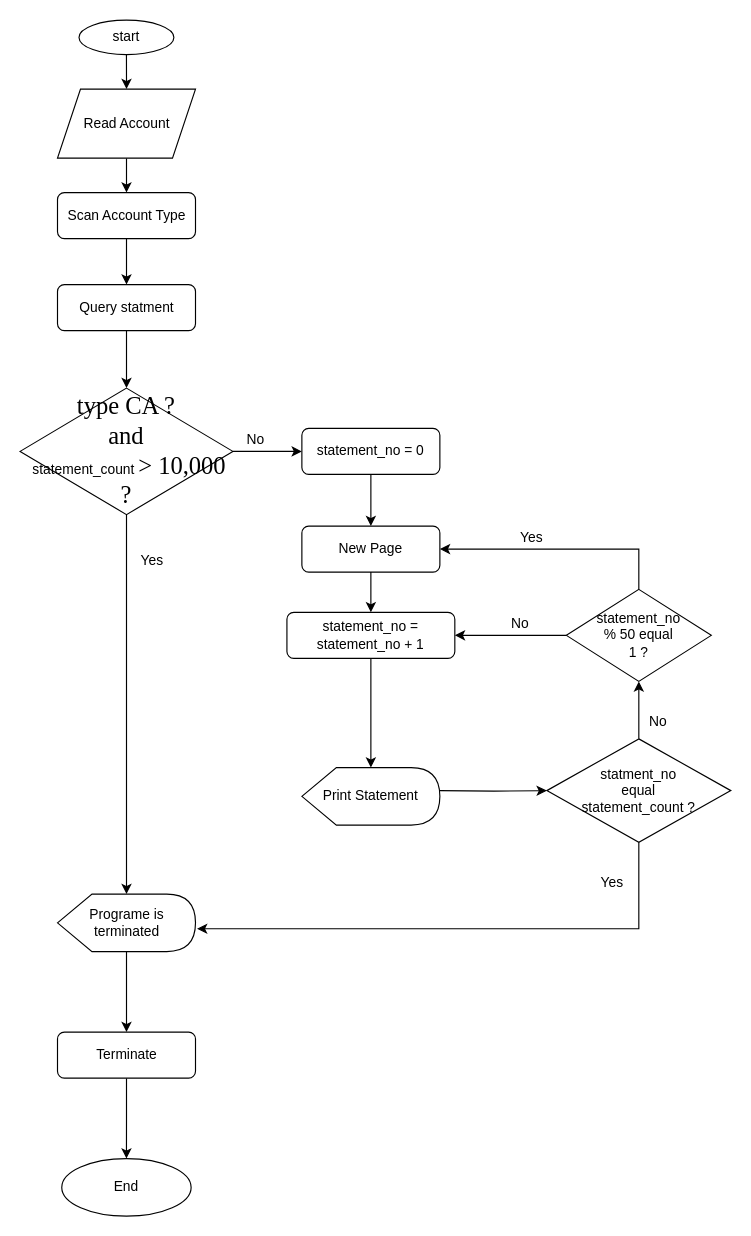
Before: Untitled Diagram.drawio in worapratmnd/commerce, a draw.io diagram. Source tidied: cells renumbered, new cells numbered last; positions are measured from the earlier drawing's top-left corner, leaving out a move shared by most shapes. Both pictures are drawn from the tidied source at 115%, with x=0, y=0 at pixel (20, 20).
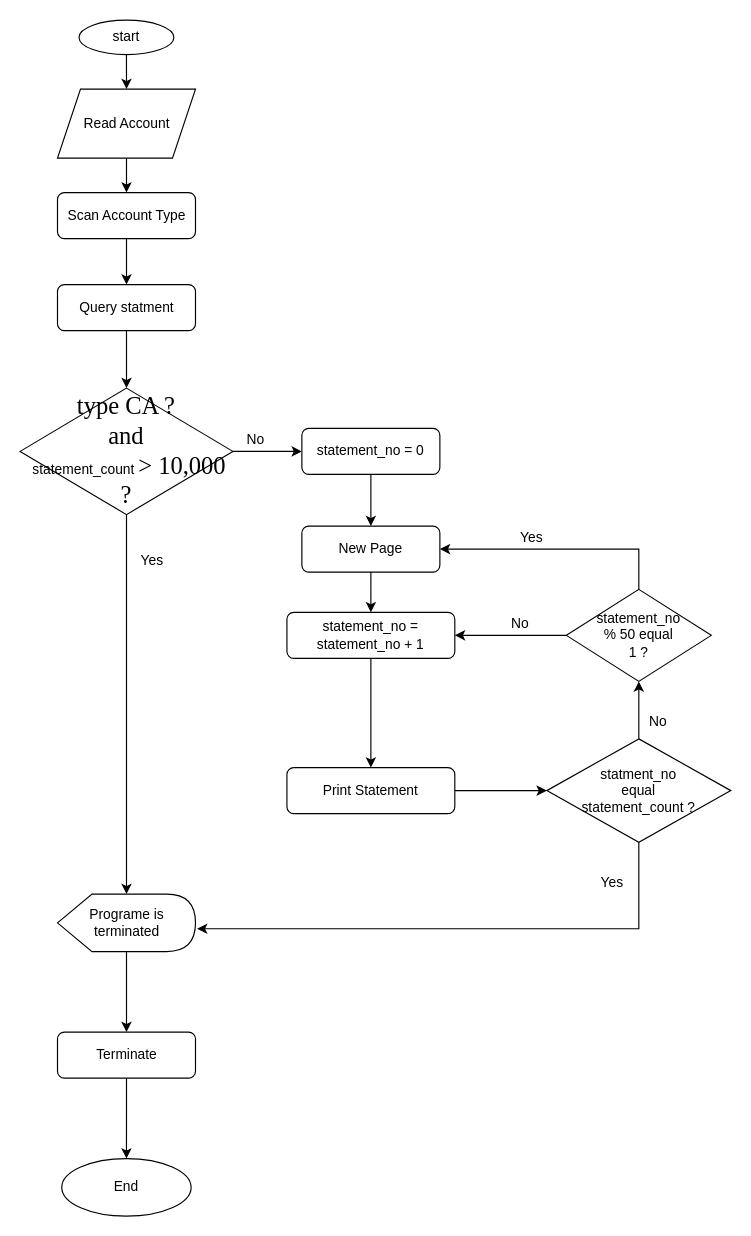
Above is the later version.

The change refers to these unchanged cells:
```xml
<mxCell id="21" value="statment_no &lt;br&gt;equal &lt;br&gt;statement_count ?" style="rhombus;whiteSpace=wrap;html=1;" parent="1" vertex="1">
  <mxGeometry x="458" y="625" width="160" height="90" as="geometry" />
</mxCell>
<mxCell id="24" value="statement_no = statement_no + 1" style="rounded=1;whiteSpace=wrap;html=1;fontSize=12;glass=0;strokeWidth=1;shadow=0;" parent="1" vertex="1">
  <mxGeometry x="232" y="515" width="146" height="40" as="geometry" />
</mxCell>
```

The edit, as a diff of the source:
```diff
@@
-    <mxCell id="22" style="edgeStyle=orthogonalEdgeStyle;rounded=0;jettySize=auto;html=1;" parent="1" edge="1" target="21">
-      <mxGeometry relative="1" as="geometry">
-        <mxPoint x="365" y="670" as="sourcePoint" />
-      </mxGeometry>
-    </mxCell>
-    <mxCell id="23" style="edgeStyle=orthogonalEdgeStyle;rounded=0;jettySize=auto;html=1;" parent="1" edge="1" source="24">
-      <mxGeometry relative="1" as="geometry">
-        <mxPoint x="305" y="650" as="targetPoint" />
-      </mxGeometry>
-    </mxCell>
+    <mxCell id="38" style="edgeStyle=orthogonalEdgeStyle;rounded=0;jettySize=auto;html=1;" parent="1" edge="1" source="24" target="37">
+      <mxGeometry relative="1" as="geometry" />
+    </mxCell>
@@
+    <mxCell id="39" style="edgeStyle=orthogonalEdgeStyle;rounded=0;jettySize=auto;html=1;" parent="1" edge="1" source="37" target="21">
+      <mxGeometry relative="1" as="geometry" />
+    </mxCell>
-    <mxCell id="37" value="Print Statement" style="shape=display;whiteSpace=wrap;html=1;" parent="1" vertex="1">
-      <mxGeometry x="245" y="650" width="120" height="50" as="geometry" />
+    <mxCell id="37" value="Print Statement" style="rounded=1;whiteSpace=wrap;html=1;fontSize=12;glass=0;strokeWidth=1;shadow=0;" parent="1" vertex="1">
+      <mxGeometry x="232" y="650" width="146" height="40" as="geometry" />
     </mxCell>
```
